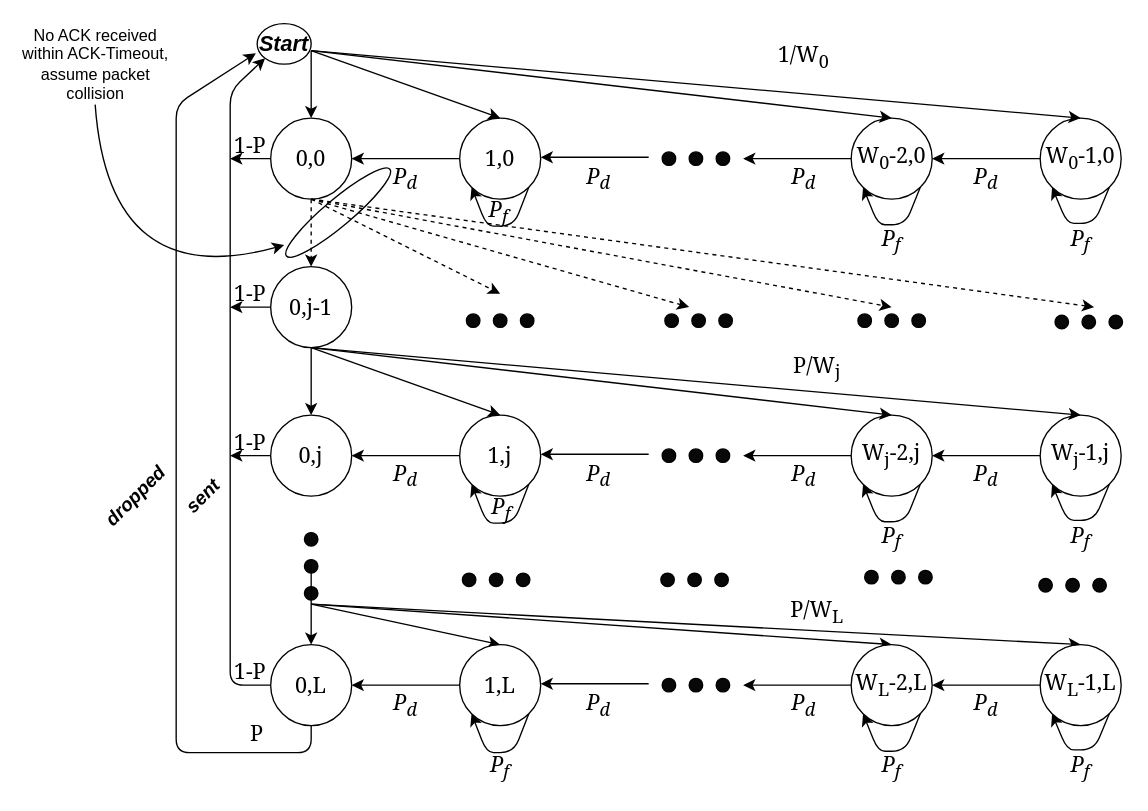
The draw.io diagram report/images/tnmc-dcf.drawio in smeets/thesis, before the edit. Source tidied: cells renumbered, new cells numbered last; positions are measured from the earlier drawing's top-left corner, leaving out a move shared by most shapes. Both pictures are drawn from the tidied source at 135%, with x=0, y=0 at pixel (94, 23).
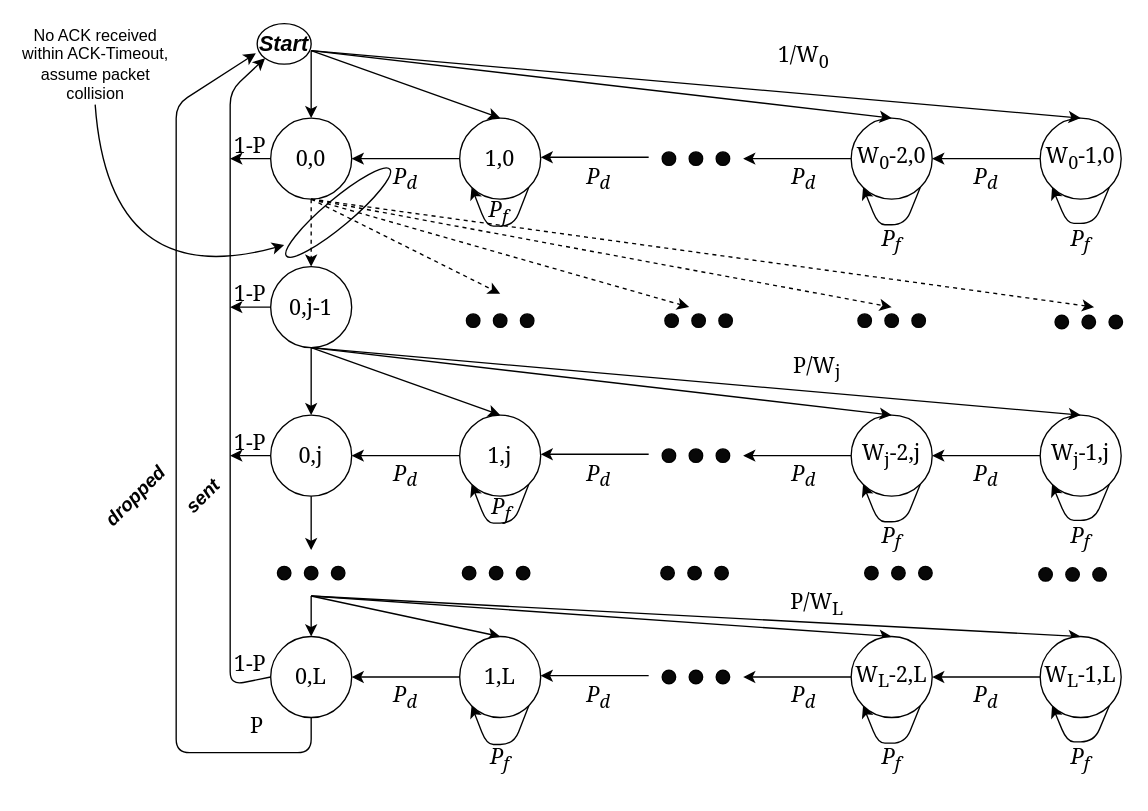
The same diagram, later.

The change refers to these unchanged cells:
```xml
<mxCell id="38" value="&lt;font style=&quot;font-size: 16px&quot; face=&quot;Georgia&quot;&gt;0&lt;font style=&quot;font-size: 16px&quot;&gt;,j&lt;/font&gt;&lt;/font&gt;" style="ellipse;whiteSpace=wrap;html=1;" parent="1" vertex="1">
  <mxGeometry x="130" y="290" width="60" height="60" as="geometry" />
</mxCell>
```

Diff of the diagram source:
```diff
@@
-    <mxCell id="84" style="group;rotation=90;" parent="1" vertex="1">
-      <mxGeometry x="135" y="397" width="50" height="10" as="geometry" />
-    </mxCell>
-    <mxCell id="85" style="ellipse;whiteSpace=wrap;html=1;fillColor=#080808;rotation=90;" parent="84" vertex="1">
-      <mxGeometry x="20" y="20" width="10" height="10" as="geometry" />
-    </mxCell>
-    <mxCell id="86" style="ellipse;whiteSpace=wrap;html=1;fillColor=#080808;rotation=90;" parent="84" vertex="1">
-      <mxGeometry x="20" width="10" height="10" as="geometry" />
-    </mxCell>
-    <mxCell id="87" style="ellipse;whiteSpace=wrap;html=1;fillColor=#080808;rotation=90;" parent="84" vertex="1">
-      <mxGeometry x="20" y="-20" width="10" height="10" as="geometry" />
-    </mxCell>
     <mxCell id="88" style="ellipse;whiteSpace=wrap;html=1;fillColor=#080808;" parent="1" vertex="1">
-      <mxGeometry x="312" y="407" width="10" height="10" as="geometry" />
+      <mxGeometry x="312" y="402" width="10" height="10" as="geometry" />
     </mxCell>
     <mxCell id="89" style="ellipse;whiteSpace=wrap;html=1;fillColor=#080808;" parent="1" vertex="1">
-      <mxGeometry x="292" y="407" width="10" height="10" as="geometry" />
+      <mxGeometry x="292" y="402" width="10" height="10" as="geometry" />
     </mxCell>
     <mxCell id="90" style="ellipse;whiteSpace=wrap;html=1;fillColor=#080808;" parent="1" vertex="1">
-      <mxGeometry x="272" y="407" width="10" height="10" as="geometry" />
+      <mxGeometry x="272" y="402" width="10" height="10" as="geometry" />
     </mxCell>
     <mxCell id="91" style="ellipse;whiteSpace=wrap;html=1;fillColor=#080808;" parent="1" vertex="1">
-      <mxGeometry x="459" y="407" width="10" height="10" as="geometry" />
+      <mxGeometry x="459" y="402" width="10" height="10" as="geometry" />
     </mxCell>
     <mxCell id="92" style="ellipse;whiteSpace=wrap;html=1;fillColor=#080808;" parent="1" vertex="1">
-      <mxGeometry x="439" y="407" width="10" height="10" as="geometry" />
+      <mxGeometry x="439" y="402" width="10" height="10" as="geometry" />
     </mxCell>
     <mxCell id="93" style="ellipse;whiteSpace=wrap;html=1;fillColor=#080808;" parent="1" vertex="1">
-      <mxGeometry x="419" y="407" width="10" height="10" as="geometry" />
+      <mxGeometry x="419" y="402" width="10" height="10" as="geometry" />
     </mxCell>
     <mxCell id="94" style="ellipse;whiteSpace=wrap;html=1;fillColor=#080808;" parent="1" vertex="1">
-      <mxGeometry x="610" y="405" width="10" height="10" as="geometry" />
+      <mxGeometry x="610" y="402" width="10" height="10" as="geometry" />
     </mxCell>
     <mxCell id="95" style="ellipse;whiteSpace=wrap;html=1;fillColor=#080808;" parent="1" vertex="1">
-      <mxGeometry x="590" y="405" width="10" height="10" as="geometry" />
+      <mxGeometry x="590" y="402" width="10" height="10" as="geometry" />
     </mxCell>
     <mxCell id="96" style="ellipse;whiteSpace=wrap;html=1;fillColor=#080808;" parent="1" vertex="1">
-      <mxGeometry x="570" y="405" width="10" height="10" as="geometry" />
+      <mxGeometry x="570" y="402" width="10" height="10" as="geometry" />
     </mxCell>
     <mxCell id="97" style="ellipse;whiteSpace=wrap;html=1;fillColor=#080808;" parent="1" vertex="1">
-      <mxGeometry x="739" y="411" width="10" height="10" as="geometry" />
+      <mxGeometry x="739" y="403" width="10" height="10" as="geometry" />
     </mxCell>
     <mxCell id="98" style="ellipse;whiteSpace=wrap;html=1;fillColor=#080808;" parent="1" vertex="1">
-      <mxGeometry x="719" y="411" width="10" height="10" as="geometry" />
+      <mxGeometry x="719" y="403" width="10" height="10" as="geometry" />
     </mxCell>
     <mxCell id="99" style="ellipse;whiteSpace=wrap;html=1;fillColor=#080808;" parent="1" vertex="1">
-      <mxGeometry x="699" y="411" width="10" height="10" as="geometry" />
+      <mxGeometry x="699" y="403" width="10" height="10" as="geometry" />
     </mxCell>
     <mxCell id="100" style="endArrow=classic;html=1;entryX=0.5;entryY=0;entryDx=0;entryDy=0;" parent="1" edge="1" target="115">
       <mxGeometry relative="1" as="geometry">
-        <mxPoint x="160" y="400" as="sourcePoint" />
+        <mxPoint x="160" y="424" as="sourcePoint" />
       </mxGeometry>
     </mxCell>
     <mxCell id="101" style="endArrow=classic;html=1;entryX=0.5;entryY=0;entryDx=0;entryDy=0;" parent="1" edge="1" target="114">
       <mxGeometry relative="1" as="geometry">
-        <mxPoint x="160" y="430" as="sourcePoint" />
+        <mxPoint x="160" y="424" as="sourcePoint" />
       </mxGeometry>
     </mxCell>
     <mxCell id="102" style="endArrow=classic;html=1;entryX=0.5;entryY=0;entryDx=0;entryDy=0;" parent="1" edge="1" target="110">
       <mxGeometry relative="1" as="geometry">
-        <mxPoint x="160" y="430" as="sourcePoint" />
+        <mxPoint x="160" y="424" as="sourcePoint" />
       </mxGeometry>
     </mxCell>
     <mxCell id="103" style="endArrow=classic;html=1;entryX=0.5;entryY=0;entryDx=0;entryDy=0;" parent="1" edge="1" target="108">
       <mxGeometry relative="1" as="geometry">
-        <mxPoint x="160" y="430" as="sourcePoint" />
+        <mxPoint x="160" y="424" as="sourcePoint" />
       </mxGeometry>
     </mxCell>
     <mxCell id="104" value="&lt;font style=&quot;font-size: 16px&quot; face=&quot;Georgia&quot;&gt;P/W&lt;sub&gt;L&lt;/sub&gt;&lt;/font&gt;" style="text;html=1;strokeColor=none;fillColor=none;align=center;verticalAlign=middle;whiteSpace=wrap;rounded=0;" parent="1" vertex="1">
-      <mxGeometry x="510" y="421" width="50" height="30" as="geometry" />
+      <mxGeometry x="510" y="415" width="50" height="30" as="geometry" />
     </mxCell>
@@
     <mxCell id="108" value="&lt;font style=&quot;font-size: 16px&quot; face=&quot;Georgia&quot;&gt;W&lt;/font&gt;&lt;font style=&quot;font-size: 16px&quot; face=&quot;Georgia&quot;&gt;&lt;sub&gt;L&lt;/sub&gt;-1,L&lt;/font&gt;" style="ellipse;whiteSpace=wrap;html=1;" parent="1" vertex="1">
-      <mxGeometry x="700" y="460" width="60" height="60" as="geometry" />
+      <mxGeometry x="700" y="454" width="60" height="60" as="geometry" />
     </mxCell>
     <mxCell id="109" style="edgeStyle=orthogonalEdgeStyle;rounded=0;jettySize=auto;html=1;" parent="1" edge="1" source="110">
       <mxGeometry relative="1" as="geometry">
-        <mxPoint x="480" y="490" as="targetPoint" />
+        <mxPoint x="480" y="484" as="targetPoint" />
       </mxGeometry>
     </mxCell>
     <mxCell id="110" value="&lt;font style=&quot;font-size: 16px&quot; face=&quot;Georgia&quot;&gt;W&lt;/font&gt;&lt;font style=&quot;font-size: 16px&quot; face=&quot;Georgia&quot;&gt;&lt;sub&gt;L&lt;/sub&gt;-2,L&lt;/font&gt;" style="ellipse;whiteSpace=wrap;html=1;" parent="1" vertex="1">
-      <mxGeometry x="560" y="460" width="60" height="60" as="geometry" />
+      <mxGeometry x="560" y="454" width="60" height="60" as="geometry" />
     </mxCell>
     <mxCell id="111" style="ellipse;whiteSpace=wrap;html=1;fillColor=#080808;" parent="1" vertex="1">
-      <mxGeometry x="460" y="485" width="10" height="10" as="geometry" />
+      <mxGeometry x="460" y="479" width="10" height="10" as="geometry" />
     </mxCell>
     <mxCell id="112" style="ellipse;whiteSpace=wrap;html=1;fillColor=#080808;" parent="1" vertex="1">
-      <mxGeometry x="440" y="485" width="10" height="10" as="geometry" />
+      <mxGeometry x="440" y="479" width="10" height="10" as="geometry" />
     </mxCell>
     <mxCell id="113" style="ellipse;whiteSpace=wrap;html=1;fillColor=#080808;" parent="1" vertex="1">
-      <mxGeometry x="420" y="485" width="10" height="10" as="geometry" />
+      <mxGeometry x="420" y="479" width="10" height="10" as="geometry" />
     </mxCell>
     <mxCell id="114" value="&lt;font style=&quot;font-size: 16px&quot; face=&quot;Georgia&quot;&gt;1&lt;font style=&quot;font-size: 16px&quot;&gt;,L&lt;/font&gt;&lt;/font&gt;" style="ellipse;whiteSpace=wrap;html=1;" parent="1" vertex="1">
-      <mxGeometry x="270" y="460" width="60" height="60" as="geometry" />
+      <mxGeometry x="270" y="454" width="60" height="60" as="geometry" />
     </mxCell>
     <mxCell id="115" value="&lt;font style=&quot;font-size: 16px&quot; face=&quot;Georgia&quot;&gt;0&lt;font style=&quot;font-size: 16px&quot;&gt;,L&lt;/font&gt;&lt;/font&gt;" style="ellipse;whiteSpace=wrap;html=1;" parent="1" vertex="1">
-      <mxGeometry x="130" y="460" width="60" height="60" as="geometry" />
+      <mxGeometry x="130" y="454" width="60" height="60" as="geometry" />
     </mxCell>
     <mxCell id="116" style="edgeStyle=orthogonalEdgeStyle;rounded=0;orthogonalLoop=1;jettySize=auto;html=1;" parent="1" edge="1">
       <mxGeometry relative="1" as="geometry">
-        <mxPoint x="410" y="489" as="sourcePoint" />
-        <mxPoint x="330" y="489" as="targetPoint" />
+        <mxPoint x="410" y="483" as="sourcePoint" />
+        <mxPoint x="330" y="483" as="targetPoint" />
       </mxGeometry>
     </mxCell>
     <mxCell id="117" style="endArrow=classic;html=1;exitX=1;exitY=1;exitDx=0;exitDy=0;entryX=0;entryY=1;entryDx=0;entryDy=0;rounded=1;" parent="1" edge="1" source="114" target="114">
       <mxGeometry relative="1" as="geometry">
         <Array as="points">
-          <mxPoint x="310" y="540" />
-          <mxPoint x="290" y="540" />
+          <mxPoint x="310" y="534" />
+          <mxPoint x="290" y="534" />
         </Array>
       </mxGeometry>
     </mxCell>
@@
     <mxCell id="119" style="endArrow=classic;html=1;rounded=1;exitX=1;exitY=1;exitDx=0;exitDy=0;entryX=0;entryY=1;entryDx=0;entryDy=0;" parent="1" edge="1" source="110" target="110">
       <mxGeometry relative="1" as="geometry">
         <Array as="points">
-          <mxPoint x="600" y="539" />
-          <mxPoint x="580" y="539" />
+          <mxPoint x="600" y="533" />
+          <mxPoint x="580" y="533" />
         </Array>
       </mxGeometry>
     </mxCell>
@@
     <mxCell id="121" style="endArrow=classic;html=1;rounded=1;exitX=1;exitY=1;exitDx=0;exitDy=0;entryX=0;entryY=1;entryDx=0;entryDy=0;" parent="1" edge="1" source="108" target="108">
       <mxGeometry relative="1" as="geometry">
         <Array as="points">
-          <mxPoint x="740" y="538" />
-          <mxPoint x="720" y="538" />
+          <mxPoint x="740" y="532" />
+          <mxPoint x="720" y="532" />
         </Array>
       </mxGeometry>
     </mxCell>
     <mxCell id="122" value="&lt;i&gt;&lt;font style=&quot;font-size: 16px&quot; face=&quot;Georgia&quot;&gt;P&lt;sub&gt;f&lt;/sub&gt;&lt;/font&gt;&lt;/i&gt;" style="text;html=1;strokeColor=none;fillColor=none;align=center;verticalAlign=middle;whiteSpace=wrap;rounded=0;" parent="1" vertex="1">
-      <mxGeometry x="275" y="536" width="50" height="30" as="geometry" />
+      <mxGeometry x="275" y="530" width="50" height="30" as="geometry" />
     </mxCell>
     <mxCell id="123" value="&lt;i&gt;&lt;font style=&quot;font-size: 16px&quot; face=&quot;Georgia&quot;&gt;P&lt;sub&gt;f&lt;/sub&gt;&lt;/font&gt;&lt;/i&gt;" style="text;html=1;strokeColor=none;fillColor=none;align=center;verticalAlign=middle;whiteSpace=wrap;rounded=0;" parent="1" vertex="1">
-      <mxGeometry x="565" y="536" width="50" height="30" as="geometry" />
+      <mxGeometry x="565" y="530" width="50" height="30" as="geometry" />
     </mxCell>
     <mxCell id="124" value="&lt;i&gt;&lt;font style=&quot;font-size: 16px&quot; face=&quot;Georgia&quot;&gt;P&lt;sub&gt;f&lt;/sub&gt;&lt;/font&gt;&lt;/i&gt;" style="text;html=1;strokeColor=none;fillColor=none;align=center;verticalAlign=middle;whiteSpace=wrap;rounded=0;" parent="1" vertex="1">
-      <mxGeometry x="705" y="536" width="50" height="30" as="geometry" />
+      <mxGeometry x="705" y="530" width="50" height="30" as="geometry" />
     </mxCell>
     <mxCell id="125" value="&lt;i&gt;&lt;font style=&quot;font-size: 16px&quot; face=&quot;Georgia&quot;&gt;P&lt;sub&gt;d&lt;/sub&gt;&lt;/font&gt;&lt;/i&gt;" style="text;html=1;strokeColor=none;fillColor=none;align=center;verticalAlign=middle;whiteSpace=wrap;rounded=0;" parent="1" vertex="1">
-      <mxGeometry x="205" y="490" width="50" height="30" as="geometry" />
+      <mxGeometry x="205" y="484" width="50" height="30" as="geometry" />
     </mxCell>
     <mxCell id="126" value="&lt;i&gt;&lt;font style=&quot;font-size: 16px&quot; face=&quot;Georgia&quot;&gt;P&lt;sub&gt;d&lt;/sub&gt;&lt;/font&gt;&lt;/i&gt;" style="text;html=1;strokeColor=none;fillColor=none;align=center;verticalAlign=middle;whiteSpace=wrap;rounded=0;" parent="1" vertex="1">
-      <mxGeometry x="348" y="490" width="50" height="30" as="geometry" />
+      <mxGeometry x="348" y="484" width="50" height="30" as="geometry" />
     </mxCell>
     <mxCell id="127" value="&lt;i&gt;&lt;font style=&quot;font-size: 16px&quot; face=&quot;Georgia&quot;&gt;P&lt;sub&gt;d&lt;/sub&gt;&lt;/font&gt;&lt;/i&gt;" style="text;html=1;strokeColor=none;fillColor=none;align=center;verticalAlign=middle;whiteSpace=wrap;rounded=0;" parent="1" vertex="1">
-      <mxGeometry x="500" y="490" width="50" height="30" as="geometry" />
+      <mxGeometry x="500" y="484" width="50" height="30" as="geometry" />
     </mxCell>
     <mxCell id="128" value="&lt;i&gt;&lt;font style=&quot;font-size: 16px&quot; face=&quot;Georgia&quot;&gt;P&lt;sub&gt;d&lt;/sub&gt;&lt;/font&gt;&lt;/i&gt;" style="text;html=1;strokeColor=none;fillColor=none;align=center;verticalAlign=middle;whiteSpace=wrap;rounded=0;" parent="1" vertex="1">
-      <mxGeometry x="635" y="490" width="50" height="30" as="geometry" />
+      <mxGeometry x="635" y="484" width="50" height="30" as="geometry" />
     </mxCell>
     <mxCell id="129" value="&lt;font style=&quot;font-size: 16px&quot; face=&quot;Georgia&quot;&gt;1-P&lt;/font&gt;" style="text;html=1;strokeColor=none;fillColor=none;align=center;verticalAlign=middle;whiteSpace=wrap;rounded=0;" parent="1" vertex="1">
-      <mxGeometry x="95" y="470" width="40" height="20" as="geometry" />
+      <mxGeometry x="95" y="464" width="40" height="20" as="geometry" />
     </mxCell>
@@
     <mxCell id="131" value="&lt;font style=&quot;font-size: 16px&quot; face=&quot;Georgia&quot;&gt;P&lt;/font&gt;" style="text;html=1;strokeColor=none;fillColor=none;align=center;verticalAlign=middle;whiteSpace=wrap;rounded=0;labelBackgroundColor=none;" parent="1" vertex="1">
-      <mxGeometry x="100" y="516" width="40" height="20" as="geometry" />
+      <mxGeometry x="100" y="510" width="40" height="20" as="geometry" />
     </mxCell>
+    <mxCell id="132" style="ellipse;whiteSpace=wrap;html=1;fillColor=#080808;" parent="1" vertex="1">
+      <mxGeometry x="175" y="402" width="10" height="10" as="geometry" />
+    </mxCell>
+    <mxCell id="133" style="ellipse;whiteSpace=wrap;html=1;fillColor=#080808;" parent="1" vertex="1">
+      <mxGeometry x="155" y="402" width="10" height="10" as="geometry" />
+    </mxCell>
+    <mxCell id="134" style="ellipse;whiteSpace=wrap;html=1;fillColor=#080808;" parent="1" vertex="1">
+      <mxGeometry x="135" y="402" width="10" height="10" as="geometry" />
+    </mxCell>
+    <mxCell id="135" style="endArrow=classic;html=1;exitX=0.5;exitY=1;exitDx=0;exitDy=0;" parent="1" edge="1" source="38">
+      <mxGeometry relative="1" as="geometry">
+        <mxPoint x="160" y="390" as="targetPoint" />
+      </mxGeometry>
+    </mxCell>
```
